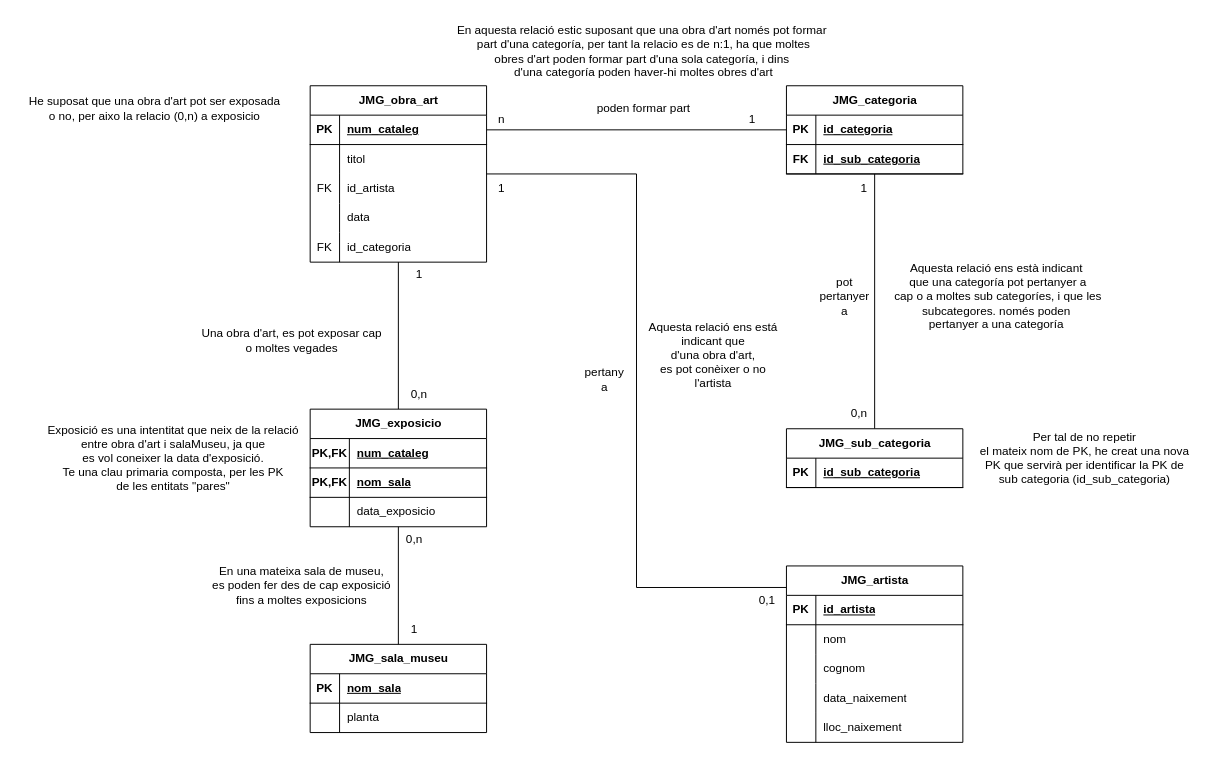
Above: examen.drawio in Jordi-debug/Hello-Git (draw.io), before the change. Source tidied: cells renumbered, new cells numbered last; positions are measured from the earlier drawing's top-left corner, leaving out a move shared by most shapes. Both pictures are drawn from the tidied source at 98%, with x=0, y=0 at pixel (17, 17).
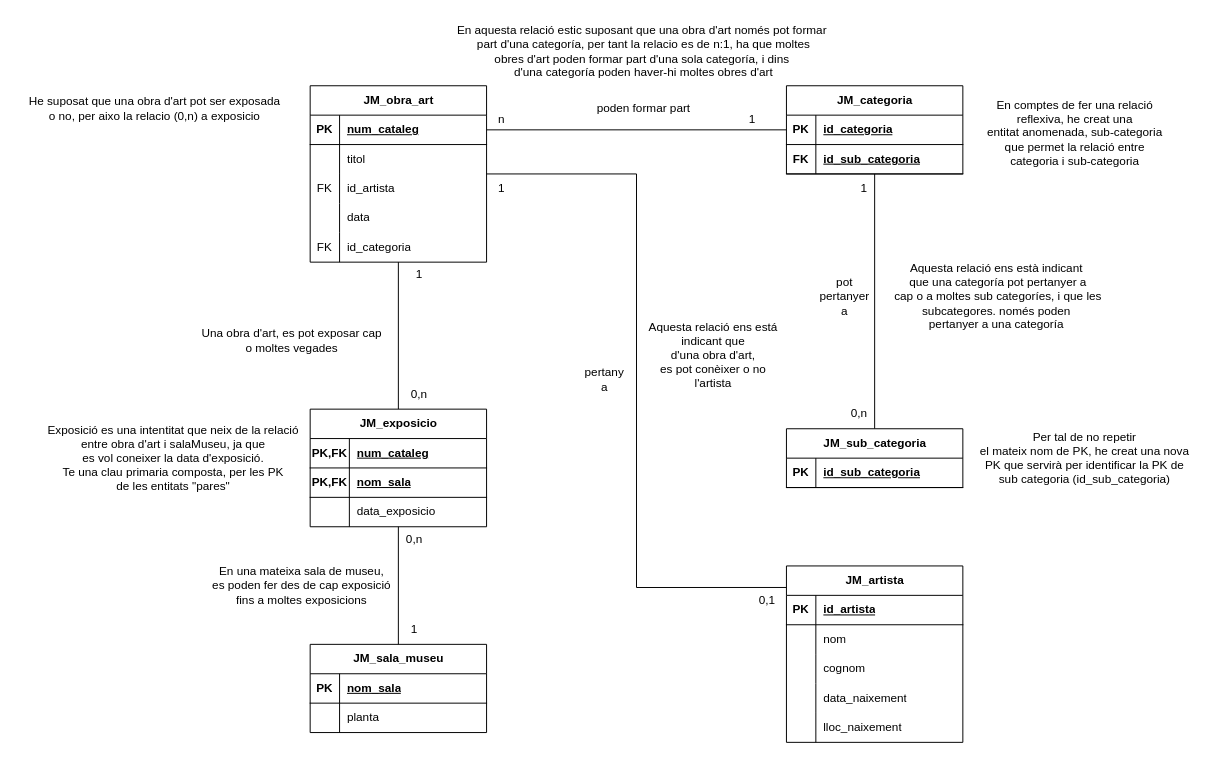
Above is the later version.

Diff of the diagram source:
```diff
@@
-    <mxCell id="3" value="JMG_obra_art" style="shape=table;startSize=30;childLayout=tableLayout;rowLines=0;fontStyle=1;align=center;html=1;" parent="1" vertex="1">
+    <mxCell id="3" value="JM_obra_art" style="shape=table;startSize=30;childLayout=tableLayout;rowLines=0;fontStyle=1;align=center;html=1;" parent="1" vertex="1">
       <mxGeometry x="299" y="70" width="180" height="180" as="geometry" />
     </mxCell>
@@
-    <mxCell id="19" value="JMG_artista" style="shape=table;startSize=30;childLayout=tableLayout;rowLines=0;fontStyle=1;align=center;html=1;" parent="1" vertex="1">
+    <mxCell id="19" value="JM_artista" style="shape=table;startSize=30;childLayout=tableLayout;rowLines=0;fontStyle=1;align=center;html=1;" parent="1" vertex="1">
       <mxGeometry x="785" y="560" width="180" height="180" as="geometry" />
     </mxCell>
@@
-    <mxCell id="35" value="JMG_sala_museu" style="shape=table;startSize=30;childLayout=tableLayout;rowLines=0;fontStyle=1;align=center;html=1;" parent="1" vertex="1">
+    <mxCell id="35" value="JM_sala_museu" style="shape=table;startSize=30;childLayout=tableLayout;rowLines=0;fontStyle=1;align=center;html=1;" parent="1" vertex="1">
       <mxGeometry x="299" y="640" width="180" height="90" as="geometry" />
     </mxCell>
@@
-    <mxCell id="43" value="JMG_exposicio" style="shape=table;startSize=30;childLayout=tableLayout;rowLines=0;fontStyle=1;align=center;html=1;" parent="1" vertex="1">
+    <mxCell id="43" value="JM_exposicio" style="shape=table;startSize=30;childLayout=tableLayout;rowLines=0;fontStyle=1;align=center;html=1;" parent="1" vertex="1">
       <mxGeometry x="299" y="400" width="180" height="120" as="geometry" />
     </mxCell>
@@
-    <mxCell id="54" value="JMG_categoria" style="shape=table;startSize=30;childLayout=tableLayout;rowLines=0;fontStyle=1;align=center;html=1;" parent="1" vertex="1">
+    <mxCell id="54" value="JM_categoria" style="shape=table;startSize=30;childLayout=tableLayout;rowLines=0;fontStyle=1;align=center;html=1;" parent="1" vertex="1">
       <mxGeometry x="785" y="70" width="180" height="90" as="geometry" />
     </mxCell>
@@
-    <mxCell id="62" value="JMG_sub_categoria" style="shape=table;startSize=30;childLayout=tableLayout;rowLines=0;fontStyle=1;align=center;html=1;" parent="1" vertex="1">
+    <mxCell id="62" value="JM_sub_categoria" style="shape=table;startSize=30;childLayout=tableLayout;rowLines=0;fontStyle=1;align=center;html=1;" parent="1" vertex="1">
       <mxGeometry x="785" y="420" width="180" height="60" as="geometry" />
     </mxCell>
@@
+    <mxCell id="88" value="&lt;div&gt;En comptes de fer una relació&lt;/div&gt;&lt;div&gt;reflexiva, he creat una&lt;/div&gt;&lt;div&gt;entitat anomenada, sub-categoria&lt;/div&gt;&lt;div&gt;que permet la relació entre&lt;/div&gt;&lt;div&gt;categoria i sub-categoria&lt;br&gt;&lt;/div&gt;" style="text;html=1;align=center;verticalAlign=middle;strokeColor=none;fillColor=none;" parent="1" vertex="1">
+      <mxGeometry x="979" y="73" width="200" height="90" as="geometry" />
+    </mxCell>
```
